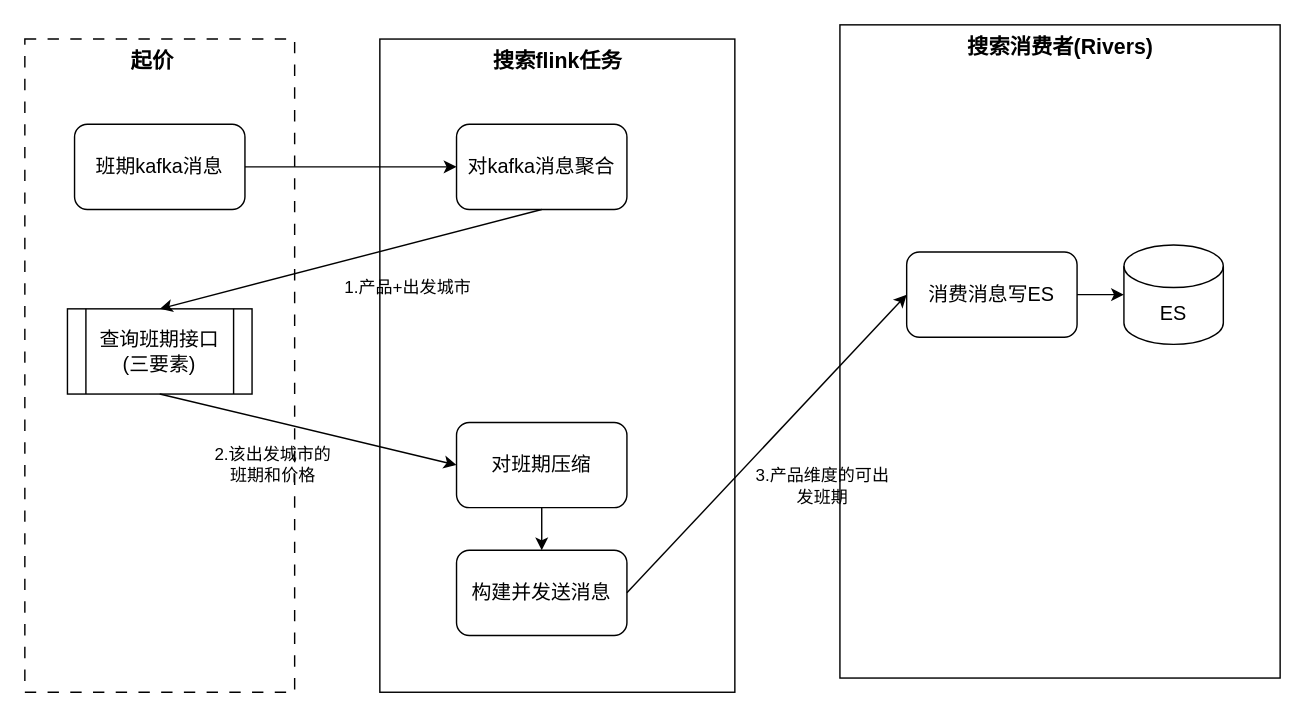
Earlier version of the draw.io diagram 搜索索引班期价格筛选方案.drawio (haiyang1985/draw-io). Source tidied: cells renumbered, new cells numbered last; positions are measured from the earlier drawing's top-left corner, leaving out a move shared by most shapes. Both pictures are drawn from the tidied source at 142%, with x=0, y=0 at pixel (24, 24).
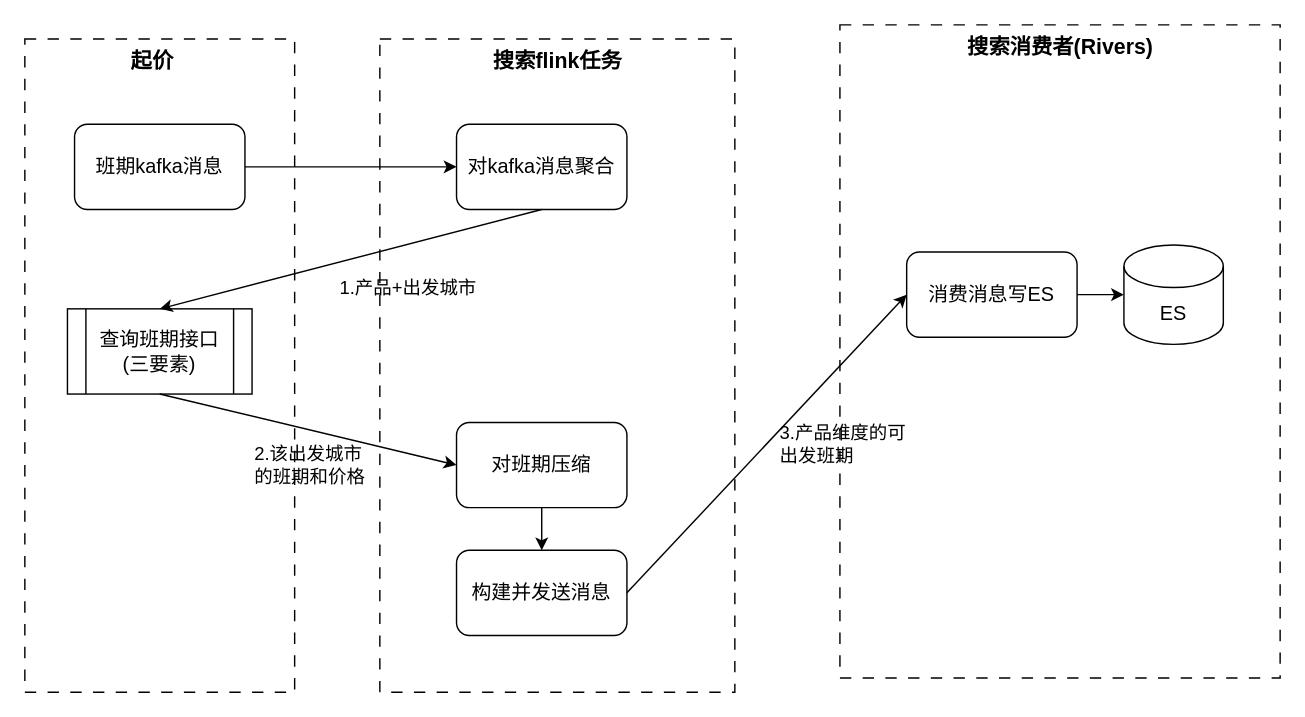
The same page after the edit.

Commit message:
更新搜索索引班期价格筛选方案.drawio

What changed in the source:
```diff
@@
-    <mxCell id="6" style="rounded=0;whiteSpace=wrap;html=1;" parent="1" vertex="1">
+    <mxCell id="6" style="rounded=0;whiteSpace=wrap;html=1;dashed=1;dashPattern=8 8;" parent="1" vertex="1">
       <mxGeometry x="250" y="10" width="250" height="460" as="geometry" />
     </mxCell>
@@
-    <mxCell id="10" style="rounded=0;whiteSpace=wrap;html=1;" parent="1" vertex="1">
+    <mxCell id="10" style="rounded=0;whiteSpace=wrap;html=1;dashed=1;dashPattern=8 8;" parent="1" vertex="1">
       <mxGeometry x="574" width="310" height="460" as="geometry" />
     </mxCell>
@@
-    <mxCell id="21" value="1.产品+出发城市" style="text;html=1;whiteSpace=wrap;strokeColor=none;fillColor=none;align=center;verticalAlign=middle;rounded=0;" parent="1" vertex="1">
+    <mxCell id="21" value="1.产品+出发城市" style="text;html=1;whiteSpace=wrap;strokeColor=none;fillColor=none;align=left;verticalAlign=middle;rounded=0;fontSize=13;" parent="1" vertex="1">
       <mxGeometry x="220" y="170" width="100" height="30" as="geometry" />
     </mxCell>
-    <mxCell id="22" value="2.该出发城市的班期和价格" style="text;html=1;whiteSpace=wrap;strokeColor=none;fillColor=none;align=center;verticalAlign=middle;rounded=0;" parent="1" vertex="1">
-      <mxGeometry x="130" y="295" width="90" height="30" as="geometry" />
+    <mxCell id="22" value="2.该出发城市的班期和价格" style="text;html=1;whiteSpace=wrap;strokeColor=none;fillColor=none;align=left;verticalAlign=middle;rounded=0;fontSize=13;" parent="1" vertex="1">
+      <mxGeometry x="160" y="295" width="90" height="30" as="geometry" />
     </mxCell>
-    <mxCell id="23" value="3.产品维度的可出发班期" style="text;html=1;whiteSpace=wrap;strokeColor=none;fillColor=none;align=center;verticalAlign=middle;rounded=0;" parent="1" vertex="1">
-      <mxGeometry x="514" y="310" width="96" height="30" as="geometry" />
+    <mxCell id="23" value="3.产品维度的可出发班期" style="text;html=1;whiteSpace=wrap;strokeColor=none;fillColor=none;align=left;verticalAlign=middle;rounded=0;fontSize=13;" parent="1" vertex="1">
+      <mxGeometry x="530" y="280" width="96" height="30" as="geometry" />
     </mxCell>
```
